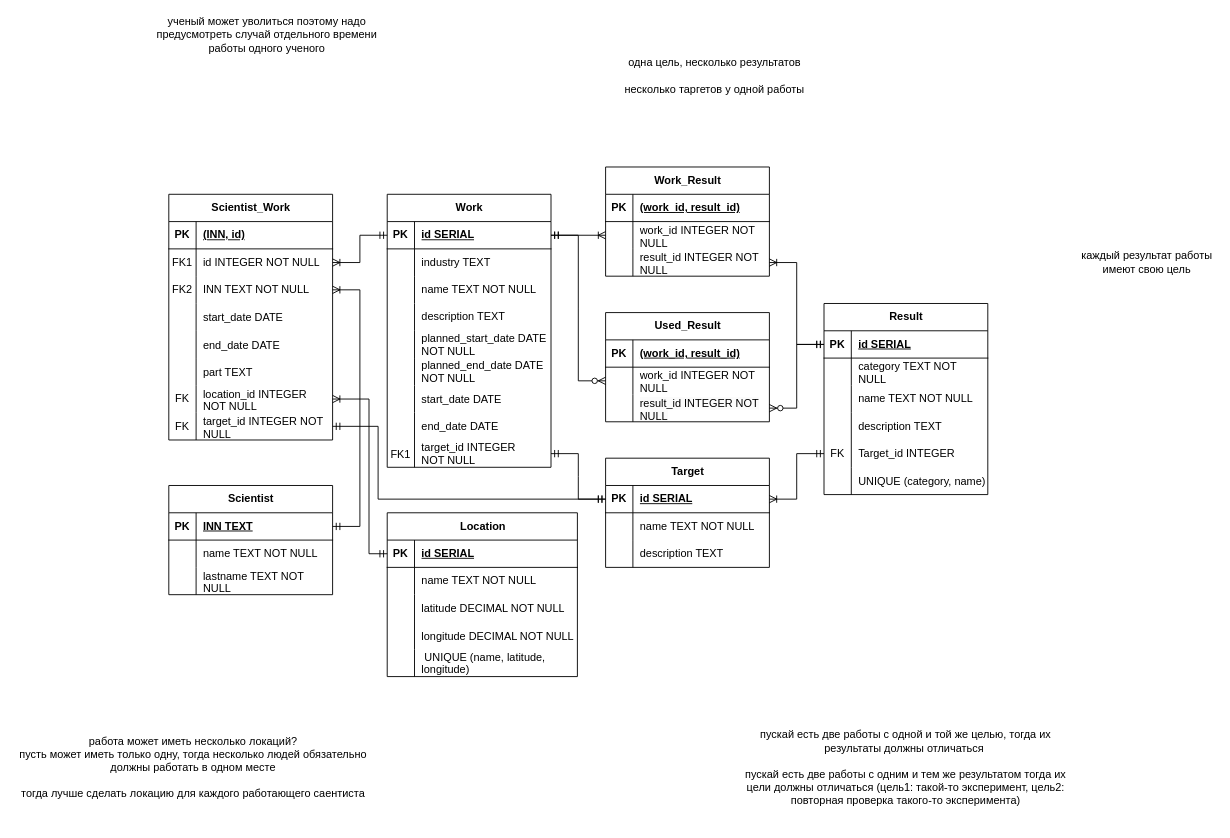
Earlier version of the draw.io diagram DB/lab_1/diagrams/data.drawio (vanya9090/itmo). Source tidied: cells renumbered, new cells numbered last; positions are measured from the earlier drawing's top-left corner, leaving out a move shared by most shapes. Both pictures are drawn from the tidied source at 91%, with x=0, y=0 at pixel (15, 21).
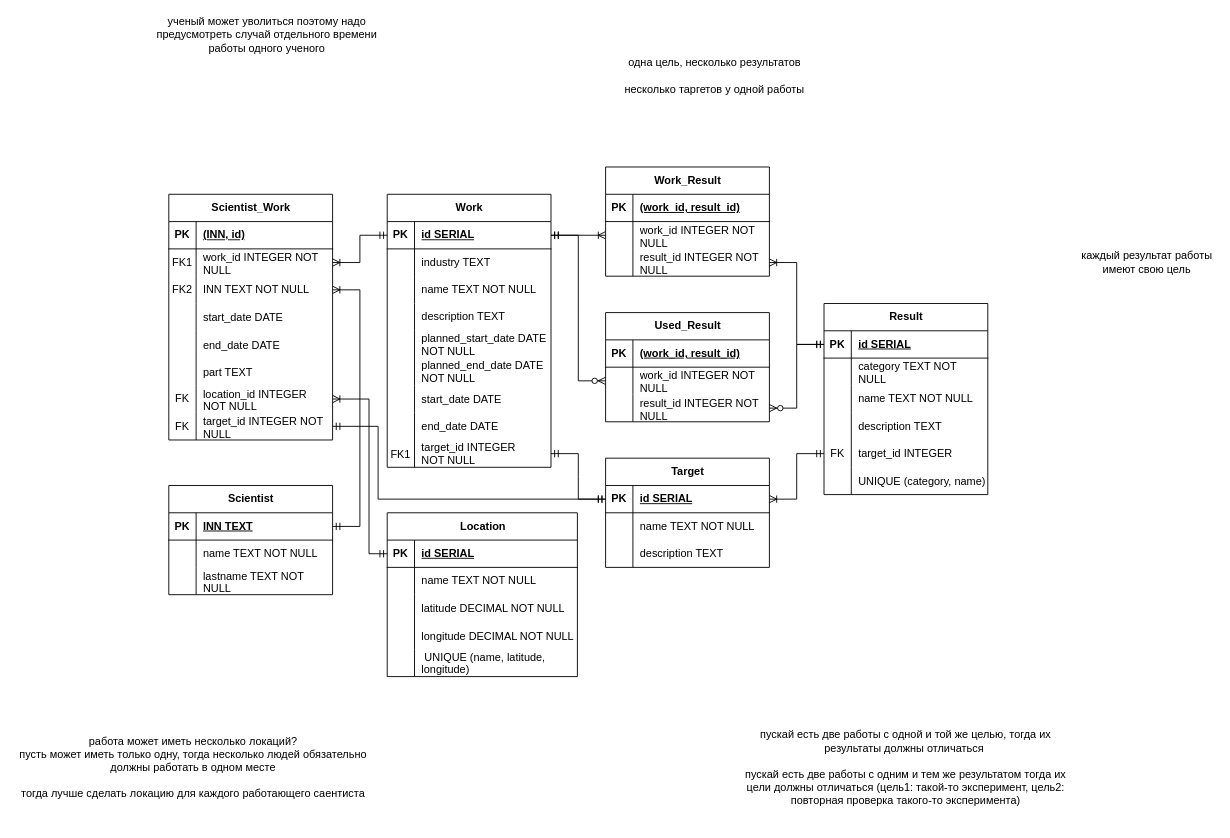
Above is the later version.

Unchanged cells that the change refers to:
```xml
<mxCell id="51" style="shape=tableRow;horizontal=0;startSize=0;swimlaneHead=0;swimlaneBody=0;fillColor=none;points=[[0,0.5],[1,0.5]];portConstraint=eastwest;top=0;left=0;right=0;bottom=0;" parent="38" vertex="1">
  <mxGeometry y="150" width="180" height="30" as="geometry" />
</mxCell>
<mxCell id="89" style="shape=tableRow;horizontal=0;startSize=0;swimlaneHead=0;swimlaneBody=0;fillColor=none;points=[[0,0.5],[1,0.5]];portConstraint=eastwest;top=0;left=0;right=0;bottom=0;" parent="85" vertex="1">
  <mxGeometry y="60" width="180" height="30" as="geometry" />
</mxCell>
```

Change to the diagram source:
```diff
@@
-    <mxCell id="53" value="Target_id INTEGER&amp;nbsp;" style="shape=partialRectangle;fillColor=none;top=0;left=0;bottom=0;right=0;align=left;spacingLeft=6;fontStyle=0;overflow=hidden;whiteSpace=wrap;html=1;" parent="51" vertex="1">
+    <mxCell id="53" value="target_id INTEGER&amp;nbsp;" style="shape=partialRectangle;fillColor=none;top=0;left=0;bottom=0;right=0;align=left;spacingLeft=6;fontStyle=0;overflow=hidden;whiteSpace=wrap;html=1;" parent="51" vertex="1">
       <mxGeometry x="30" width="150" height="30" as="geometry" />
     </mxCell>
@@
-    <mxCell id="91" value="id INTEGER NOT NULL" style="shape=partialRectangle;fillColor=none;top=0;left=0;bottom=0;right=0;align=left;spacingLeft=6;overflow=hidden;whiteSpace=wrap;html=1;" parent="89" vertex="1">
+    <mxCell id="91" value="work_id INTEGER NOT NULL" style="shape=partialRectangle;fillColor=none;top=0;left=0;bottom=0;right=0;align=left;spacingLeft=6;overflow=hidden;whiteSpace=wrap;html=1;" parent="89" vertex="1">
       <mxGeometry x="30" width="150" height="30" as="geometry" />
     </mxCell>
```
